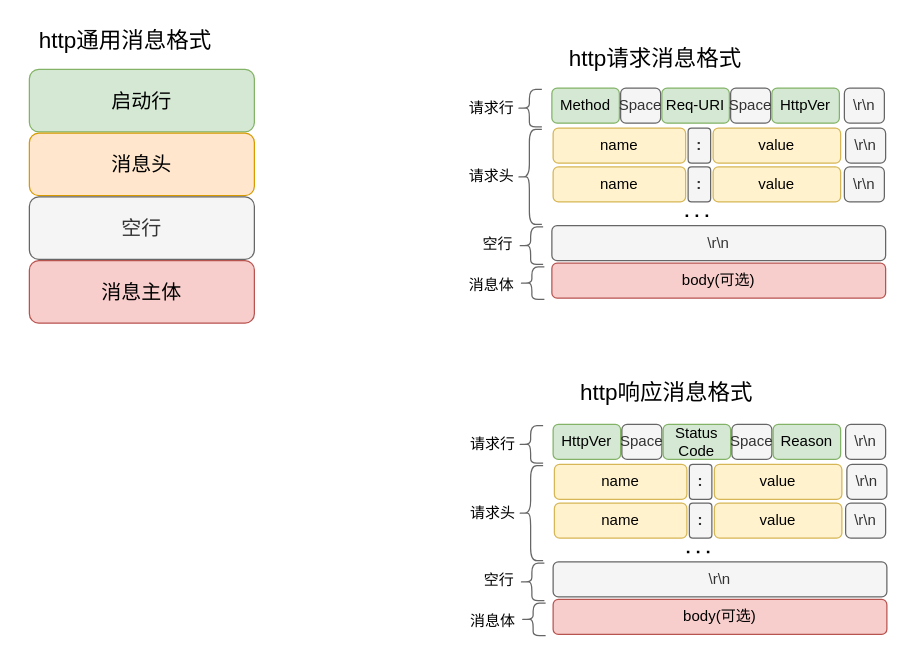
This is http协议.drawio from github-linux/iodraw, a draw.io file, before an edit. Source tidied: cells renumbered, new cells numbered last; positions are measured from the earlier drawing's top-left corner, leaving out a move shared by most shapes. Both pictures are drawn from the tidied source at 125%, with x=0, y=0 at pixel (21, 21).
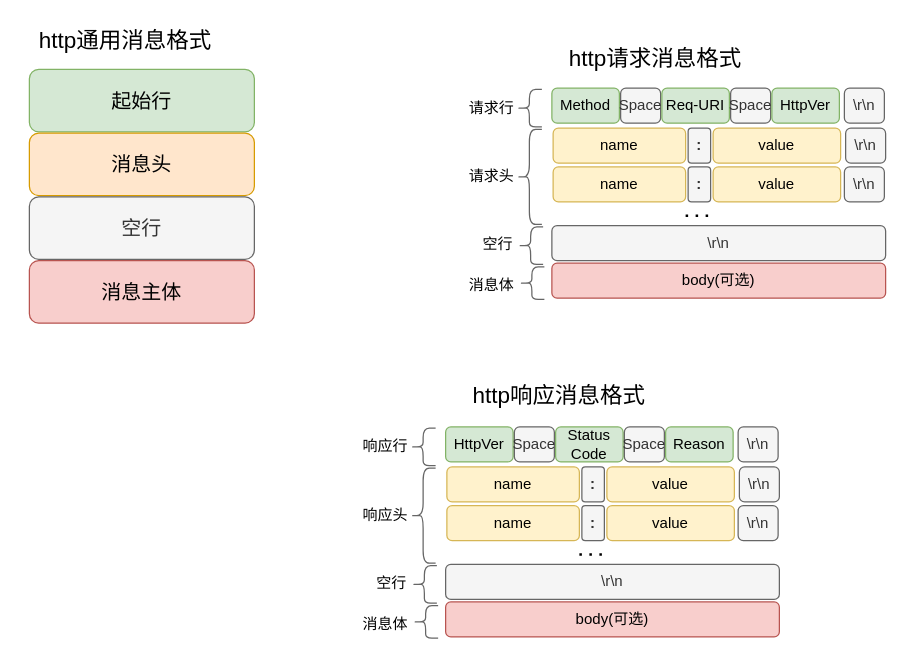
After the change.

Commit message:
优化http响应提示描述

The edit, as a diff of the source:
```diff
@@
-    <mxCell id="2" value="&lt;font style=&quot;font-size: 16px;&quot;&gt;启动行&lt;/font&gt;" style="rounded=1;whiteSpace=wrap;html=1;fillColor=#d5e8d4;strokeColor=#82b366;" parent="1" vertex="1">
+    <mxCell id="2" value="&lt;font style=&quot;font-size: 16px;&quot;&gt;起始行&lt;/font&gt;" style="rounded=1;whiteSpace=wrap;html=1;fillColor=#d5e8d4;strokeColor=#82b366;" parent="1" vertex="1">
       <mxGeometry x="6" y="38" width="180" height="50" as="geometry" />
     </mxCell>
@@
     <mxCell id="8" value="&lt;font style=&quot;font-size: 18px;&quot;&gt;http响应消息格式&lt;/font&gt;" style="text;html=1;align=center;verticalAlign=middle;whiteSpace=wrap;rounded=0;" parent="1" vertex="1">
-      <mxGeometry x="433" y="282" width="166" height="30" as="geometry" />
+      <mxGeometry x="347" y="284" width="166" height="30" as="geometry" />
     </mxCell>
@@
     <mxCell id="34" value="HttpVer" style="rounded=1;whiteSpace=wrap;html=1;fillColor=#d5e8d4;strokeColor=#82b366;" parent="1" vertex="1">
-      <mxGeometry x="425" y="322" width="54" height="28" as="geometry" />
+      <mxGeometry x="339" y="324" width="54" height="28" as="geometry" />
     </mxCell>
     <mxCell id="35" value="Space" style="rounded=1;whiteSpace=wrap;html=1;fillColor=#f5f5f5;fontColor=#333333;strokeColor=#666666;" parent="1" vertex="1">
-      <mxGeometry x="480" y="322" width="32" height="28" as="geometry" />
+      <mxGeometry x="394" y="324" width="32" height="28" as="geometry" />
     </mxCell>
     <mxCell id="36" value="Status Code" style="rounded=1;whiteSpace=wrap;html=1;fillColor=#d5e8d4;strokeColor=#82b366;" parent="1" vertex="1">
-      <mxGeometry x="513" y="322" width="54" height="28" as="geometry" />
+      <mxGeometry x="427" y="324" width="54" height="28" as="geometry" />
     </mxCell>
     <mxCell id="37" value="Space" style="rounded=1;whiteSpace=wrap;html=1;fillColor=#f5f5f5;fontColor=#333333;strokeColor=#666666;" parent="1" vertex="1">
-      <mxGeometry x="568" y="322" width="32" height="28" as="geometry" />
+      <mxGeometry x="482" y="324" width="32" height="28" as="geometry" />
     </mxCell>
     <mxCell id="38" value="Reason" style="rounded=1;whiteSpace=wrap;html=1;fillColor=#d5e8d4;strokeColor=#82b366;" parent="1" vertex="1">
-      <mxGeometry x="601" y="322" width="54" height="28" as="geometry" />
+      <mxGeometry x="515" y="324" width="54" height="28" as="geometry" />
     </mxCell>
     <mxCell id="39" value="\r\n" style="rounded=1;whiteSpace=wrap;html=1;fillColor=#f5f5f5;fontColor=#333333;strokeColor=#666666;" parent="1" vertex="1">
-      <mxGeometry x="659" y="322" width="32" height="28" as="geometry" />
+      <mxGeometry x="573" y="324" width="32" height="28" as="geometry" />
     </mxCell>
     <mxCell id="40" value="name" style="rounded=1;whiteSpace=wrap;html=1;fillColor=#fff2cc;strokeColor=#d6b656;" parent="1" vertex="1">
-      <mxGeometry x="426" y="354" width="106" height="28" as="geometry" />
+      <mxGeometry x="340" y="356" width="106" height="28" as="geometry" />
     </mxCell>
     <mxCell id="41" value="&lt;b&gt;:&lt;/b&gt;" style="rounded=1;whiteSpace=wrap;html=1;fillColor=#f5f5f5;fontColor=#333333;strokeColor=#666666;" parent="1" vertex="1">
-      <mxGeometry x="534" y="354" width="18" height="28" as="geometry" />
+      <mxGeometry x="448" y="356" width="18" height="28" as="geometry" />
     </mxCell>
     <mxCell id="42" value="value" style="rounded=1;whiteSpace=wrap;html=1;fillColor=#fff2cc;strokeColor=#d6b656;" parent="1" vertex="1">
-      <mxGeometry x="554" y="354" width="102" height="28" as="geometry" />
+      <mxGeometry x="468" y="356" width="102" height="28" as="geometry" />
     </mxCell>
     <mxCell id="43" value="\r\n" style="rounded=1;whiteSpace=wrap;html=1;fillColor=#f5f5f5;fontColor=#333333;strokeColor=#666666;" parent="1" vertex="1">
-      <mxGeometry x="660" y="354" width="32" height="28" as="geometry" />
+      <mxGeometry x="574" y="356" width="32" height="28" as="geometry" />
     </mxCell>
     <mxCell id="44" value="name" style="rounded=1;whiteSpace=wrap;html=1;fillColor=#fff2cc;strokeColor=#d6b656;" parent="1" vertex="1">
-      <mxGeometry x="426" y="385" width="106" height="28" as="geometry" />
+      <mxGeometry x="340" y="387" width="106" height="28" as="geometry" />
     </mxCell>
     <mxCell id="45" value="&lt;b&gt;:&lt;/b&gt;" style="rounded=1;whiteSpace=wrap;html=1;fillColor=#f5f5f5;fontColor=#333333;strokeColor=#666666;" parent="1" vertex="1">
-      <mxGeometry x="534" y="385" width="18" height="28" as="geometry" />
+      <mxGeometry x="448" y="387" width="18" height="28" as="geometry" />
     </mxCell>
     <mxCell id="46" value="value" style="rounded=1;whiteSpace=wrap;html=1;fillColor=#fff2cc;strokeColor=#d6b656;" parent="1" vertex="1">
-      <mxGeometry x="554" y="385" width="102" height="28" as="geometry" />
+      <mxGeometry x="468" y="387" width="102" height="28" as="geometry" />
     </mxCell>
     <mxCell id="47" value="\r\n" style="rounded=1;whiteSpace=wrap;html=1;fillColor=#f5f5f5;fontColor=#333333;strokeColor=#666666;" parent="1" vertex="1">
-      <mxGeometry x="659" y="385" width="32" height="28" as="geometry" />
+      <mxGeometry x="573" y="387" width="32" height="28" as="geometry" />
     </mxCell>
     <mxCell id="48" value="\r\n" style="rounded=1;whiteSpace=wrap;html=1;fillColor=#f5f5f5;strokeColor=#666666;fontColor=#333333;" parent="1" vertex="1">
-      <mxGeometry x="425" y="432" width="267" height="28" as="geometry" />
+      <mxGeometry x="339" y="434" width="267" height="28" as="geometry" />
     </mxCell>
     <mxCell id="49" value="body(可选)" style="rounded=1;whiteSpace=wrap;html=1;fillColor=#f8cecc;strokeColor=#b85450;" parent="1" vertex="1">
-      <mxGeometry x="425" y="462" width="267" height="28" as="geometry" />
+      <mxGeometry x="339" y="464" width="267" height="28" as="geometry" />
     </mxCell>
     <mxCell id="50" style="endArrow=none;dashed=1;html=1;dashPattern=1 3;strokeWidth=2;rounded=0;" parent="1" edge="1">
       <mxGeometry relative="1" as="geometry">
-        <mxPoint x="532" y="424" as="sourcePoint" />
-        <mxPoint x="550" y="424" as="targetPoint" />
+        <mxPoint x="446" y="426" as="sourcePoint" />
+        <mxPoint x="464" y="426" as="targetPoint" />
       </mxGeometry>
     </mxCell>
     <mxCell id="51" style="shape=curlyBracket;whiteSpace=wrap;html=1;rounded=1;labelPosition=left;verticalLabelPosition=middle;align=right;verticalAlign=middle;fillColor=#f5f5f5;fontColor=#333333;strokeColor=#666666;" parent="1" vertex="1">
-      <mxGeometry x="397" y="323" width="20" height="30" as="geometry" />
+      <mxGeometry x="311" y="325" width="20" height="30" as="geometry" />
     </mxCell>
     <mxCell id="52" style="shape=curlyBracket;whiteSpace=wrap;html=1;rounded=1;labelPosition=left;verticalLabelPosition=middle;align=right;verticalAlign=middle;fillColor=#f5f5f5;fontColor=#333333;strokeColor=#666666;" parent="1" vertex="1">
-      <mxGeometry x="397" y="355" width="20" height="76" as="geometry" />
+      <mxGeometry x="311" y="357" width="20" height="76" as="geometry" />
     </mxCell>
     <mxCell id="53" style="shape=curlyBracket;whiteSpace=wrap;html=1;rounded=1;labelPosition=left;verticalLabelPosition=middle;align=right;verticalAlign=middle;fillColor=#f5f5f5;fontColor=#333333;strokeColor=#666666;" parent="1" vertex="1">
-      <mxGeometry x="398" y="433" width="20" height="30" as="geometry" />
+      <mxGeometry x="312" y="435" width="20" height="30" as="geometry" />
     </mxCell>
     <mxCell id="54" style="shape=curlyBracket;whiteSpace=wrap;html=1;rounded=1;labelPosition=left;verticalLabelPosition=middle;align=right;verticalAlign=middle;fillColor=#f5f5f5;fontColor=#333333;strokeColor=#666666;" parent="1" vertex="1">
-      <mxGeometry x="399" y="465" width="20" height="26" as="geometry" />
+      <mxGeometry x="313" y="467" width="20" height="26" as="geometry" />
     </mxCell>
-    <mxCell id="55" value="请求行" style="text;html=1;align=center;verticalAlign=middle;whiteSpace=wrap;rounded=0;" parent="1" vertex="1">
-      <mxGeometry x="347" y="323" width="60" height="30" as="geometry" />
+    <mxCell id="55" value="响应行" style="text;html=1;align=center;verticalAlign=middle;whiteSpace=wrap;rounded=0;" parent="1" vertex="1">
+      <mxGeometry x="261" y="325" width="60" height="30" as="geometry" />
     </mxCell>
-    <mxCell id="56" value="请求头" style="text;html=1;align=center;verticalAlign=middle;whiteSpace=wrap;rounded=0;" parent="1" vertex="1">
-      <mxGeometry x="347" y="378" width="60" height="30" as="geometry" />
+    <mxCell id="56" value="响应头" style="text;html=1;align=center;verticalAlign=middle;whiteSpace=wrap;rounded=0;" parent="1" vertex="1">
+      <mxGeometry x="261" y="380" width="60" height="30" as="geometry" />
     </mxCell>
     <mxCell id="57" value="空行" style="text;html=1;align=center;verticalAlign=middle;whiteSpace=wrap;rounded=0;" parent="1" vertex="1">
-      <mxGeometry x="352" y="432" width="60" height="30" as="geometry" />
+      <mxGeometry x="266" y="434" width="60" height="30" as="geometry" />
     </mxCell>
     <mxCell id="58" value="消息体" style="text;html=1;align=center;verticalAlign=middle;whiteSpace=wrap;rounded=0;" parent="1" vertex="1">
-      <mxGeometry x="347" y="465" width="60" height="30" as="geometry" />
+      <mxGeometry x="261" y="467" width="60" height="30" as="geometry" />
     </mxCell>
```
